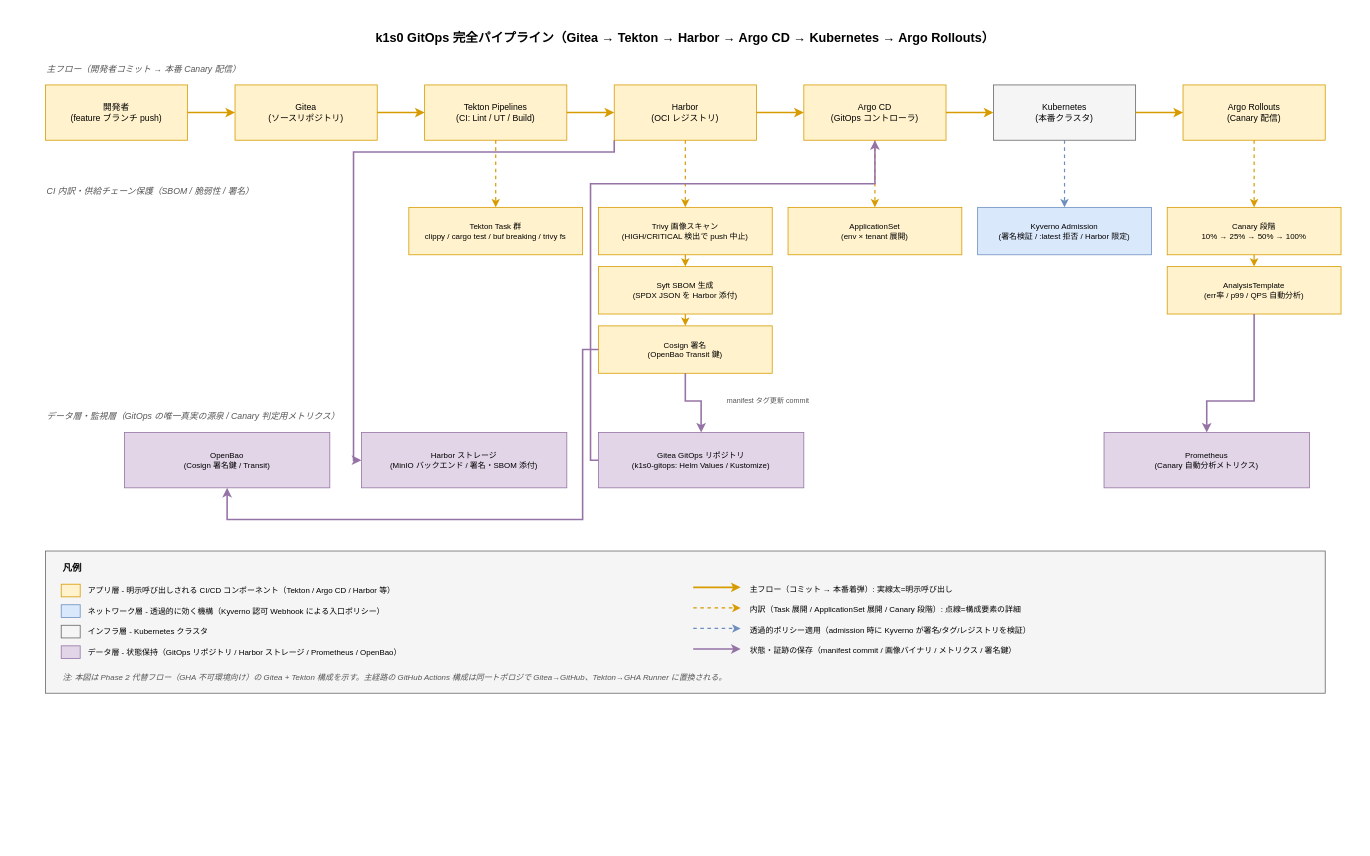
Before: docs/04_概要設計/70_開発者体験方式設計/img/gitops_pipeline.drawio in RyuheiKiso/k1s0, a draw.io diagram. Source tidied: cells renumbered, new cells numbered last; positions are measured from the earlier drawing's top-left corner, leaving out a move shared by most shapes. Both pictures are drawn from the tidied source at 79%, with x=0, y=0 at pixel (13, 13).
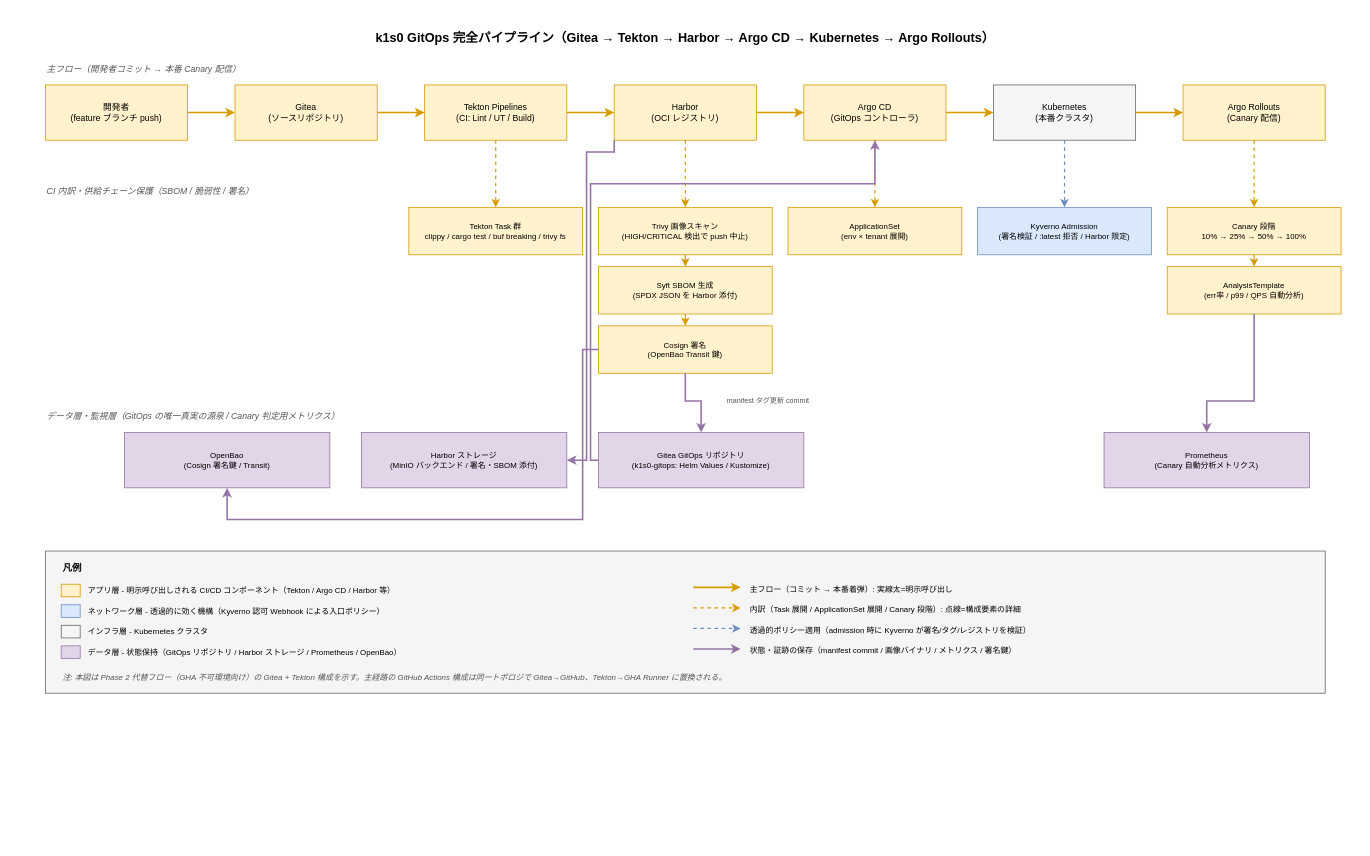
The same page after the edit.

Unchanged cells that the change refers to:
```xml
<mxCell id="8" value="Harbor&#10;(OCI レジストリ)" style="rounded=0;whiteSpace=wrap;html=1;fillColor=#fff2cc;strokeColor=#d79b00;fontSize=11;" parent="1" vertex="1">
  <mxGeometry x="760" y="90" width="180" height="70" as="geometry" />
</mxCell>
<mxCell id="23" value="Harbor ストレージ&#10;(MinIO バックエンド / 署名・SBOM 添付)" style="rounded=0;whiteSpace=wrap;html=1;fillColor=#e1d5e7;strokeColor=#9673a6;fontSize=10;" parent="1" vertex="1">
  <mxGeometry x="440" y="530" width="260" height="70" as="geometry" />
</mxCell>
```

Diff of the diagram source:
```diff
@@
-    <mxCell id="43" style="edgeStyle=none;rounded=0;html=1;strokeWidth=2;strokeColor=#9673a6;exitX=0;exitY=1;exitDx=0;exitDy=0;entryX=0;entryY=0.5;entryDx=0;entryDy=0;" parent="1" edge="1" source="8" target="23">
+    <mxCell id="43" style="edgeStyle=none;rounded=0;html=1;strokeWidth=2;strokeColor=#9673a6;exitX=0;exitY=1;exitDx=0;exitDy=0;entryX=1;entryY=0.5;entryDx=0;entryDy=0;" parent="1" edge="1" source="8" target="23">
       <mxGeometry relative="1" as="geometry">
         <Array as="points">
           <mxPoint x="760" y="175" />
-          <mxPoint x="430" y="175" />
-          <mxPoint x="430" y="565" />
+          <mxPoint x="725" y="175" />
+          <mxPoint x="725" y="565" />
         </Array>
       </mxGeometry>
     </mxCell>
```
